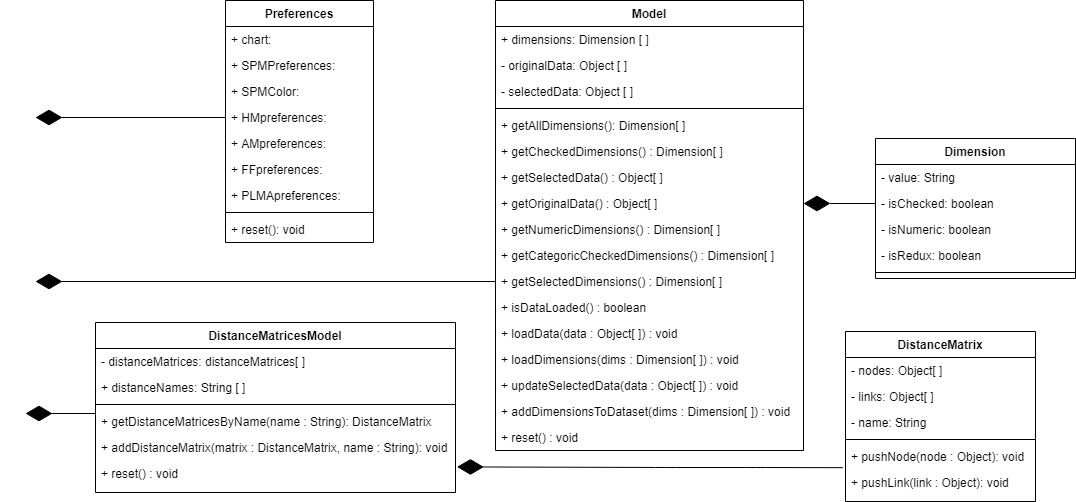
CodeBusterswe/CodeBusters-Docs keeps this draw.io diagram as DocEsterna/AllegatoTecnico/Images/Allegato Tecnico-Model.png. Above is the earlier version. Source tidied: cells renumbered, new cells last; positions are measured from the earlier drawing's top-left corner, leaving out a move shared by most shapes.
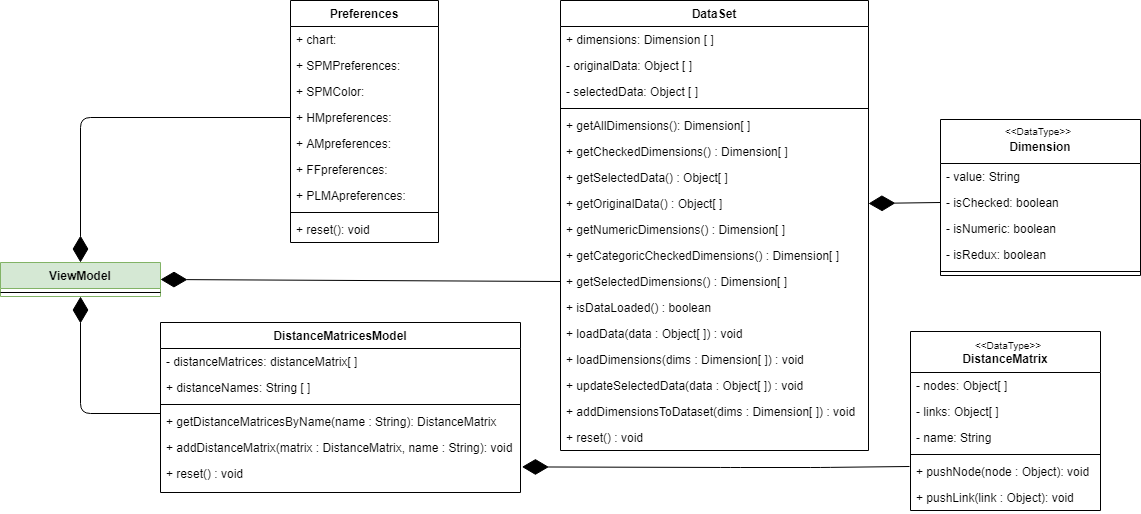
Above is the later version.

The edit, as a diff of the source:
```diff
@@ -2,7 +2,7 @@
   <root>
     <mxCell id="0" />
     <mxCell id="1" parent="0" />
-    <mxCell id="2" value="Model" style="swimlane;fontStyle=1;align=center;verticalAlign=top;horizontal=1;startSize=26;rounded=0;shadow=0;strokeWidth=1;" parent="1" vertex="1">
+    <mxCell id="2" value="DataSet" style="swimlane;fontStyle=1;align=center;verticalAlign=top;horizontal=1;startSize=26;rounded=0;shadow=0;strokeWidth=1;" parent="1" vertex="1">
       <mxGeometry x="470" width="308" height="450" as="geometry" />
     </mxCell>
     <mxCell id="3" value="+ dimensions: Dimension [ ]" style="text;strokeColor=none;fillColor=none;align=left;verticalAlign=top;spacingLeft=4;spacingRight=4;overflow=hidden;" parent="2" vertex="1">
@@ -59,7 +59,7 @@
     <mxCell id="20" value="DistanceMatricesModel" style="swimlane;fontStyle=1;align=center;verticalAlign=top;horizontal=1;startSize=26;rounded=0;shadow=0;strokeWidth=1;" parent="1" vertex="1">
       <mxGeometry x="70" y="322" width="360" height="170" as="geometry" />
     </mxCell>
-    <mxCell id="21" value="- distanceMatrices: distanceMatrices[ ]" style="text;strokeColor=none;fillColor=none;align=left;verticalAlign=top;spacingLeft=4;spacingRight=4;overflow=hidden;" parent="20" vertex="1">
+    <mxCell id="21" value="- distanceMatrices: distanceMatrix[ ]" style="text;strokeColor=none;fillColor=none;align=left;verticalAlign=top;spacingLeft=4;spacingRight=4;overflow=hidden;" parent="20" vertex="1">
       <mxGeometry y="26" width="360" height="26" as="geometry" />
     </mxCell>
     <mxCell id="22" value="+ distanceNames: String [ ] " style="text;strokeColor=none;fillColor=none;align=left;verticalAlign=top;spacingLeft=4;spacingRight=4;overflow=hidden;" parent="20" vertex="1">
@@ -77,44 +77,44 @@
     <mxCell id="26" value="+ reset() : void " style="text;strokeColor=none;fillColor=none;align=left;verticalAlign=top;spacingLeft=4;spacingRight=4;overflow=hidden;points=[[0,0.5],[1,0.5]];portConstraint=eastwest;" parent="20" vertex="1">
       <mxGeometry y="138" width="360" height="26" as="geometry" />
     </mxCell>
-    <mxCell id="27" value="Dimension" style="swimlane;fontStyle=1;align=center;verticalAlign=top;horizontal=1;startSize=26;rounded=0;shadow=0;strokeWidth=1;" parent="1" vertex="1">
-      <mxGeometry x="850" y="138" width="200" height="140" as="geometry" />
+    <mxCell id="27" value="&#10;Dimension" style="swimlane;fontStyle=1;align=center;verticalAlign=top;horizontal=1;startSize=44;rounded=0;shadow=0;strokeWidth=1;" parent="1" vertex="1">
+      <mxGeometry x="850" y="119" width="200" height="156" as="geometry" />
     </mxCell>
     <mxCell id="28" value="- value: String" style="text;strokeColor=none;fillColor=none;align=left;verticalAlign=top;spacingLeft=4;spacingRight=4;overflow=hidden;" parent="27" vertex="1">
-      <mxGeometry y="26" width="200" height="26" as="geometry" />
+      <mxGeometry y="44" width="200" height="26" as="geometry" />
     </mxCell>
     <mxCell id="29" value="- isChecked: boolean" style="text;strokeColor=none;fillColor=none;align=left;verticalAlign=top;spacingLeft=4;spacingRight=4;overflow=hidden;points=[[0,0.5],[1,0.5]];portConstraint=eastwest;" parent="27" vertex="1">
-      <mxGeometry y="52" width="200" height="26" as="geometry" />
+      <mxGeometry y="70" width="200" height="26" as="geometry" />
     </mxCell>
     <mxCell id="30" value="- isNumeric: boolean" style="text;strokeColor=none;fillColor=none;align=left;verticalAlign=top;spacingLeft=4;spacingRight=4;overflow=hidden;" parent="27" vertex="1">
-      <mxGeometry y="78" width="200" height="26" as="geometry" />
+      <mxGeometry y="96" width="200" height="26" as="geometry" />
     </mxCell>
     <mxCell id="31" value="- isRedux: boolean" style="text;strokeColor=none;fillColor=none;align=left;verticalAlign=top;spacingLeft=4;spacingRight=4;overflow=hidden;" parent="27" vertex="1">
-      <mxGeometry y="104" width="200" height="26" as="geometry" />
+      <mxGeometry y="122" width="200" height="26" as="geometry" />
     </mxCell>
     <mxCell id="32" style="line;html=1;strokeWidth=1;align=left;verticalAlign=middle;spacingTop=-1;spacingLeft=3;spacingRight=3;labelPosition=right;" parent="27" vertex="1">
-      <mxGeometry y="130" width="200" height="8" as="geometry" />
+      <mxGeometry y="148" width="200" height="8" as="geometry" />
     </mxCell>
-    <mxCell id="33" value="DistanceMatrix" style="swimlane;fontStyle=1;align=center;verticalAlign=top;horizontal=1;startSize=26;rounded=0;shadow=0;strokeWidth=1;" parent="1" vertex="1">
-      <mxGeometry x="820" y="331" width="190" height="170" as="geometry" />
+    <mxCell id="33" value="&#10;DistanceMatrix" style="swimlane;fontStyle=1;align=center;verticalAlign=top;horizontal=1;startSize=41;rounded=0;shadow=0;strokeWidth=1;" parent="1" vertex="1">
+      <mxGeometry x="820" y="331" width="190" height="179" as="geometry" />
     </mxCell>
     <mxCell id="34" value="- nodes: Object[ ]" style="text;strokeColor=none;fillColor=none;align=left;verticalAlign=top;spacingLeft=4;spacingRight=4;overflow=hidden;" parent="33" vertex="1">
-      <mxGeometry y="26" width="190" height="26" as="geometry" />
+      <mxGeometry y="41" width="190" height="26" as="geometry" />
     </mxCell>
     <mxCell id="35" value="- links: Object[ ]" style="text;strokeColor=none;fillColor=none;align=left;verticalAlign=top;spacingLeft=4;spacingRight=4;overflow=hidden;" parent="33" vertex="1">
-      <mxGeometry y="52" width="190" height="26" as="geometry" />
+      <mxGeometry y="67" width="190" height="26" as="geometry" />
     </mxCell>
     <mxCell id="36" value="- name: String" style="text;strokeColor=none;fillColor=none;align=left;verticalAlign=top;spacingLeft=4;spacingRight=4;overflow=hidden;" parent="33" vertex="1">
-      <mxGeometry y="78" width="190" height="26" as="geometry" />
+      <mxGeometry y="93" width="190" height="26" as="geometry" />
     </mxCell>
     <mxCell id="37" style="line;html=1;strokeWidth=1;align=left;verticalAlign=middle;spacingTop=-1;spacingLeft=3;spacingRight=3;labelPosition=right;" parent="33" vertex="1">
-      <mxGeometry y="104" width="190" height="8" as="geometry" />
+      <mxGeometry y="119" width="190" height="8" as="geometry" />
     </mxCell>
     <mxCell id="38" value="+ pushNode(node : Object): void" style="text;strokeColor=none;fillColor=none;align=left;verticalAlign=top;spacingLeft=4;spacingRight=4;overflow=hidden;points=[[0,0.5],[1,0.5]];portConstraint=eastwest;" parent="33" vertex="1">
-      <mxGeometry y="112" width="190" height="26" as="geometry" />
+      <mxGeometry y="127" width="190" height="26" as="geometry" />
     </mxCell>
     <mxCell id="39" value="+ pushLink(link : Object): void" style="text;strokeColor=none;fillColor=none;align=left;verticalAlign=top;spacingLeft=4;spacingRight=4;overflow=hidden;" parent="33" vertex="1">
-      <mxGeometry y="138" width="190" height="26" as="geometry" />
+      <mxGeometry y="153" width="190" height="26" as="geometry" />
     </mxCell>
     <mxCell id="40" value="Preferences" style="swimlane;fontStyle=1;align=center;verticalAlign=top;horizontal=1;startSize=26;rounded=0;shadow=0;strokeWidth=1;" parent="1" vertex="1">
       <mxGeometry x="200" width="148" height="242" as="geometry" />
@@ -146,24 +146,27 @@
     <mxCell id="49" value="+ reset(): void" style="text;strokeColor=none;fillColor=none;align=left;verticalAlign=top;spacingLeft=4;spacingRight=4;overflow=hidden;" parent="40" vertex="1">
       <mxGeometry y="216" width="148" height="26" as="geometry" />
     </mxCell>
-    <mxCell id="50" style="endArrow=diamondThin;endFill=1;endSize=24;html=1;exitX=0;exitY=0.5;exitDx=0;exitDy=0;" parent="1" edge="1" source="13">
-      <mxGeometry relative="1" as="geometry">
-        <mxPoint x="10" y="281" as="targetPoint" />
-      </mxGeometry>
+    <mxCell id="50" style="endArrow=diamondThin;endFill=1;endSize=24;html=1;exitX=0;exitY=0.5;exitDx=0;exitDy=0;entryX=1;entryY=0.5;entryDx=0;entryDy=0;" parent="1" edge="1" source="13" target="55">
+      <mxGeometry relative="1" as="geometry" />
     </mxCell>
-    <mxCell id="51" style="endArrow=diamondThin;endFill=1;endSize=24;html=1;exitX=0;exitY=0.5;exitDx=0;exitDy=0;" parent="1" edge="1" source="44">
+    <mxCell id="51" style="endArrow=diamondThin;endFill=1;endSize=24;html=1;exitX=0;exitY=0.5;exitDx=0;exitDy=0;entryX=0.5;entryY=0;entryDx=0;entryDy=0;" parent="1" edge="1" source="44" target="55">
       <mxGeometry relative="1" as="geometry">
-        <mxPoint x="10" y="117" as="targetPoint" />
+        <Array as="points">
+          <mxPoint x="-10" y="117" />
+        </Array>
       </mxGeometry>
     </mxCell>
-    <mxCell id="52" style="endArrow=diamondThin;endFill=1;endSize=24;html=1;" parent="1" edge="1">
+    <mxCell id="52" style="endArrow=diamondThin;endFill=1;endSize=24;html=1;entryX=0.5;entryY=1;entryDx=0;entryDy=0;" parent="1" edge="1" target="55">
       <mxGeometry relative="1" as="geometry">
         <mxPoint x="70" y="413" as="sourcePoint" />
-        <mxPoint y="413" as="targetPoint" />
+        <Array as="points">
+          <mxPoint x="-10" y="413" />
+        </Array>
       </mxGeometry>
     </mxCell>
-    <mxCell id="53" style="endArrow=diamondThin;endFill=1;endSize=24;html=1;exitX=-0.014;exitY=0.93;exitDx=0;exitDy=0;exitPerimeter=0;entryX=1.004;entryY=0.247;entryDx=0;entryDy=0;entryPerimeter=0;" parent="1" edge="1" source="38" target="26">
+    <mxCell id="53" style="endArrow=diamondThin;endFill=1;endSize=24;html=1;entryX=1.004;entryY=0.247;entryDx=0;entryDy=0;entryPerimeter=0;" parent="1" edge="1" target="26">
       <mxGeometry relative="1" as="geometry">
+        <mxPoint x="819" y="466" as="sourcePoint" />
         <Array as="points">
           <mxPoint x="730" y="467" />
           <mxPoint x="640" y="467" />
@@ -173,5 +176,17 @@
     <mxCell id="54" style="endArrow=diamondThin;endFill=1;endSize=24;html=1;exitX=0;exitY=0.5;exitDx=0;exitDy=0;entryX=1;entryY=0.5;entryDx=0;entryDy=0;" parent="1" edge="1" source="29" target="10">
       <mxGeometry relative="1" as="geometry" />
     </mxCell>
+    <mxCell id="55" value="ViewModel" style="swimlane;fontStyle=1;align=center;verticalAlign=top;horizontal=1;startSize=26;fontSize=12;fillColor=#d5e8d4;strokeColor=#82b366;" parent="1" vertex="1">
+      <mxGeometry x="-90" y="262" width="160" height="34" as="geometry" />
+    </mxCell>
+    <mxCell id="56" style="line;strokeWidth=1;fillColor=none;align=left;verticalAlign=middle;spacingTop=-1;spacingLeft=3;spacingRight=3;labelPosition=right;" parent="55" vertex="1">
+      <mxGeometry y="26" width="160" height="8" as="geometry" />
+    </mxCell>
+    <mxCell id="57" value="&amp;lt;&amp;lt;DataType&amp;gt;&amp;gt;" style="text;html=1;strokeColor=none;fillColor=none;align=center;verticalAlign=middle;whiteSpace=wrap;rounded=0;fontSize=10;" parent="1" vertex="1">
+      <mxGeometry x="863" y="335" width="110" height="20" as="geometry" />
+    </mxCell>
+    <mxCell id="58" value="&amp;lt;&amp;lt;DataType&amp;gt;&amp;gt;" style="text;html=1;strokeColor=none;fillColor=none;align=center;verticalAlign=middle;whiteSpace=wrap;rounded=0;fontSize=10;" parent="1" vertex="1">
+      <mxGeometry x="893" y="121" width="110" height="20" as="geometry" />
+    </mxCell>
   </root>
 </mxGraphModel>
```
